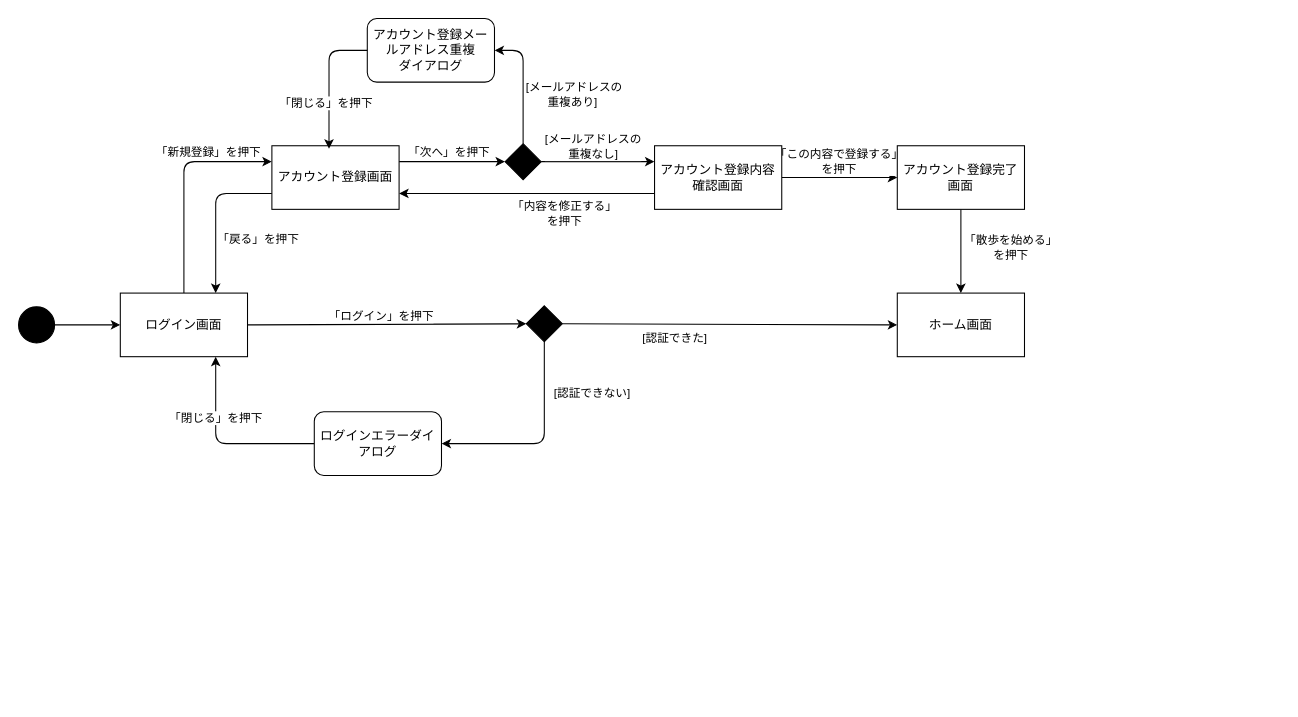
Earlier version of the draw.io diagram page "ログイン" (1 of 3) of desing/STD.dio (miyong00/ServerProgramming-2026). Source tidied: cells renumbered, new cells numbered last; positions are measured from the earlier drawing's top-left corner, leaving out a move shared by most shapes. Both pictures are drawn from the tidied source at 106%, with x=0, y=0 at pixel (18, 18).
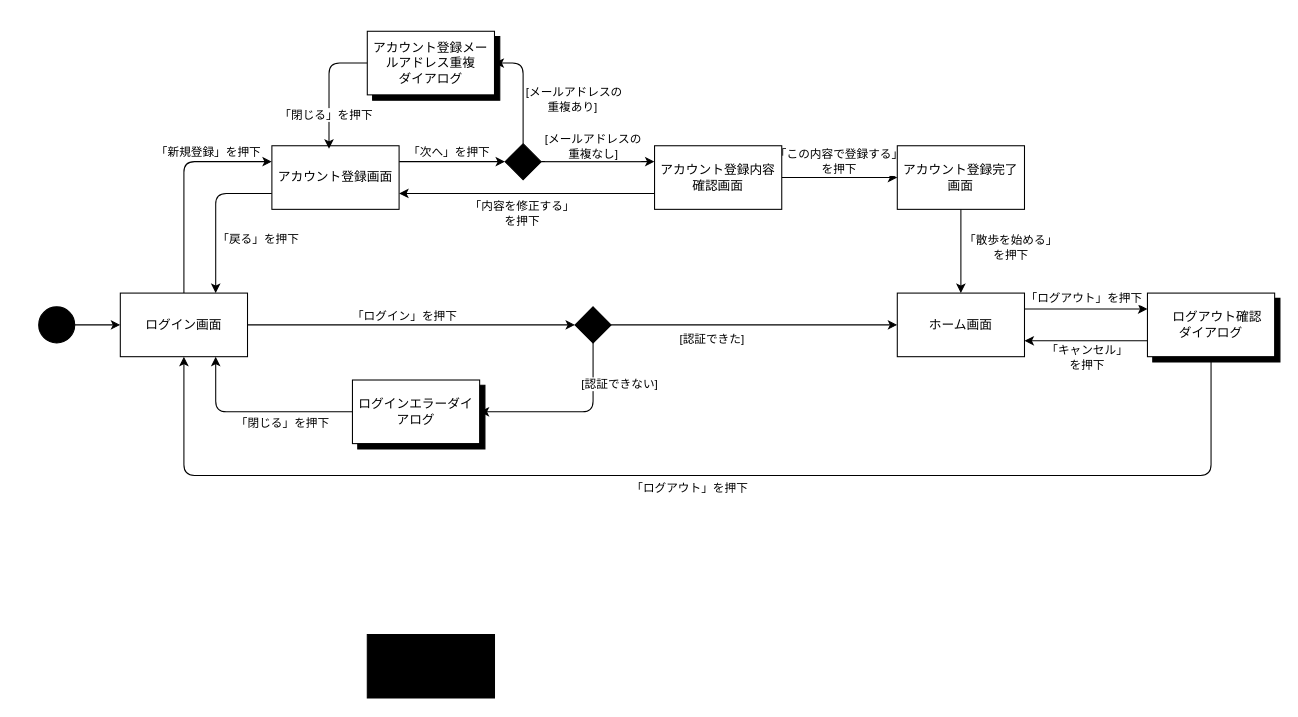
Above is the later version.

Commit message:
feat: 散歩の画面遷移図

Unchanged cells that the change refers to:
```xml
<mxCell id="2" value="ホーム画面" style="rounded=0;whiteSpace=wrap;html=1;" parent="1" vertex="1">
  <mxGeometry x="829" y="259" width="120" height="60" as="geometry" />
</mxCell>
<mxCell id="8" style="edgeStyle=none;html=1;exitX=0;exitY=0.75;exitDx=0;exitDy=0;entryX=1;entryY=0.75;entryDx=0;entryDy=0;" parent="1" edge="1" source="12" target="7">
  <mxGeometry relative="1" as="geometry" />
</mxCell>
<mxCell id="19" value="ログイン画面" style="rounded=0;whiteSpace=wrap;html=1;" parent="1" vertex="1">
  <mxGeometry x="96" y="259" width="120" height="60" as="geometry" />
</mxCell>
<mxCell id="20" style="edgeStyle=orthogonalEdgeStyle;html=1;exitX=0.5;exitY=1;exitDx=0;exitDy=0;entryX=1;entryY=0.5;entryDx=0;entryDy=0;" parent="1" edge="1" source="24" target="27">
  <mxGeometry relative="1" as="geometry" />
</mxCell>
<mxCell id="25" style="edgeStyle=orthogonalEdgeStyle;html=1;exitX=0;exitY=0.5;exitDx=0;exitDy=0;entryX=0.75;entryY=1;entryDx=0;entryDy=0;" parent="1" edge="1" source="27" target="19">
  <mxGeometry relative="1" as="geometry" />
</mxCell>
<mxCell id="34" style="edgeStyle=orthogonalEdgeStyle;html=1;exitX=0;exitY=0.5;exitDx=0;exitDy=0;entryX=0.449;entryY=0.047;entryDx=0;entryDy=0;entryPerimeter=0;" parent="1" edge="1" source="33" target="7">
  <mxGeometry relative="1" as="geometry" />
</mxCell>
```

The edit, as a diff of the source:
```diff
@@
+    <mxCell id="38" style="verticalLabelPosition=bottom;verticalAlign=top;html=1;shape=mxgraph.basic.rect;fillColor2=none;strokeWidth=1;size=20;indent=5;fillColor=#000000;" parent="1" vertex="1">
+      <mxGeometry x="329" y="581" width="120" height="60" as="geometry" />
+    </mxCell>
+    <mxCell id="39" style="edgeStyle=none;html=1;exitX=1;exitY=0.25;exitDx=0;exitDy=0;entryX=0;entryY=0.25;entryDx=0;entryDy=0;" parent="1" edge="1" source="2" target="51">
+      <mxGeometry relative="1" as="geometry" />
+    </mxCell>
+    <mxCell id="40" value="「ログアウト」を押下" style="edgeLabel;html=1;align=center;verticalAlign=middle;" parent="39" vertex="1">
+      <mxGeometry x="0.06" y="1" relative="1" as="geometry">
+        <mxPoint x="-6" y="-10" as="offset" />
+      </mxGeometry>
+    </mxCell>
@@
     <mxCell id="9" value="「内容を修正する」&lt;div&gt;を押下&lt;/div&gt;" style="edgeLabel;html=1;align=center;verticalAlign=middle;" parent="8" vertex="1">
       <mxGeometry x="-0.47" y="3" relative="1" as="geometry">
-        <mxPoint x="-22" y="15" as="offset" />
+        <mxPoint x="-62" y="15" as="offset" />
       </mxGeometry>
     </mxCell>
@@
     <mxCell id="21" value="[認証できない]" style="edgeLabel;html=1;align=center;verticalAlign=middle;" parent="20" vertex="1">
       <mxGeometry x="0.04" y="1" relative="1" as="geometry">
-        <mxPoint x="48" y="-49" as="offset" />
+        <mxPoint x="48" y="-28" as="offset" />
       </mxGeometry>
     </mxCell>
@@
     <mxCell id="24" style="rhombus;whiteSpace=wrap;html=1;shapeInside=1;fillColor=#000000;" parent="1" vertex="1">
-      <mxGeometry x="479" y="271" width="34" height="34" as="geometry" />
+      <mxGeometry x="525" y="272" width="34" height="34" as="geometry" />
     </mxCell>
@@
     <mxCell id="26" value="「閉じる」を押下" style="edgeLabel;html=1;align=center;verticalAlign=middle;" parent="25" vertex="1">
       <mxGeometry x="0.42" y="1" relative="1" as="geometry">
-        <mxPoint y="6" as="offset" />
+        <mxPoint x="63" y="10" as="offset" />
       </mxGeometry>
     </mxCell>
-    <mxCell id="27" value="ログインエラーダイアログ" style="rounded=1;whiteSpace=wrap;html=1;roundedPerimeter=1;" parent="1" vertex="1">
-      <mxGeometry x="279" y="371" width="120" height="60" as="geometry" />
-    </mxCell>
@@
-    <mxCell id="33" value="アカウント登録メールアドレス重複&lt;div&gt;ダイアログ&lt;/div&gt;" style="rounded=1;whiteSpace=wrap;html=1;roundedPerimeter=1;" parent="1" vertex="1">
-      <mxGeometry x="329" width="120" height="60" as="geometry" />
-    </mxCell>
@@
     <mxCell id="35" value="「閉じる」を押下" style="edgeLabel;html=1;align=center;verticalAlign=middle;" parent="34" vertex="1">
       <mxGeometry x="-0.05" y="-3" relative="1" as="geometry">
-        <mxPoint y="25" as="offset" />
+        <mxPoint y="29" as="offset" />
       </mxGeometry>
     </mxCell>
@@
     <mxCell id="37" style="ellipse;whiteSpace=wrap;html=1;shapeInside=1;fillColor=#000000;" parent="1" vertex="1">
-      <mxGeometry y="272" width="34" height="34" as="geometry" />
+      <mxGeometry x="19" y="272" width="34" height="34" as="geometry" />
     </mxCell>
+    <mxCell id="41" style="group;" parent="1" vertex="1">
+      <mxGeometry x="315" y="341" width="125" height="65" as="geometry" />
+    </mxCell>
+    <mxCell id="42" style="verticalLabelPosition=bottom;verticalAlign=top;html=1;shape=mxgraph.basic.rect;fillColor2=none;strokeWidth=1;size=20;indent=5;fillColor=#000000;" parent="41" vertex="1">
+      <mxGeometry x="5" y="5" width="120" height="60" as="geometry" />
+    </mxCell>
+    <mxCell id="27" value="ログインエラーダイアログ" style="rounded=0;whiteSpace=wrap;html=1;" parent="41" vertex="1">
+      <mxGeometry width="120" height="60" as="geometry" />
+    </mxCell>
+    <mxCell id="43" style="group;" parent="1" vertex="1">
+      <mxGeometry x="329" y="12" width="125" height="65" as="geometry" />
+    </mxCell>
+    <mxCell id="44" style="verticalLabelPosition=bottom;verticalAlign=top;html=1;shape=mxgraph.basic.rect;fillColor2=none;strokeWidth=1;size=20;indent=5;fillColor=#000000;" parent="43" vertex="1">
+      <mxGeometry x="5" y="5" width="120" height="60" as="geometry" />
+    </mxCell>
+    <mxCell id="33" value="アカウント登録メールアドレス重複&lt;div&gt;ダイアログ&lt;/div&gt;" style="rounded=0;whiteSpace=wrap;html=1;" parent="43" vertex="1">
+      <mxGeometry width="120" height="60" as="geometry" />
+    </mxCell>
+    <mxCell id="45" style="edgeStyle=none;html=1;exitX=0;exitY=0.75;exitDx=0;exitDy=0;entryX=1;entryY=0.75;entryDx=0;entryDy=0;" parent="1" edge="1" source="51" target="2">
+      <mxGeometry relative="1" as="geometry" />
+    </mxCell>
+    <mxCell id="46" value="「キャンセル」&lt;div&gt;を押下&lt;/div&gt;" style="edgeLabel;html=1;align=center;verticalAlign=middle;" parent="45" vertex="1">
+      <mxGeometry x="0.04" y="3" relative="1" as="geometry">
+        <mxPoint x="2" y="12" as="offset" />
+      </mxGeometry>
+    </mxCell>
+    <mxCell id="47" style="edgeStyle=orthogonalEdgeStyle;html=1;exitX=0.5;exitY=1;exitDx=0;exitDy=0;entryX=0.5;entryY=1;entryDx=0;entryDy=0;" parent="1" edge="1" source="51" target="19">
+      <mxGeometry relative="1" as="geometry">
+        <Array as="points">
+          <mxPoint x="1125" y="431" />
+          <mxPoint x="156" y="431" />
+        </Array>
+      </mxGeometry>
+    </mxCell>
+    <mxCell id="48" value="「ログアウト」を押下" style="edgeLabel;html=1;align=center;verticalAlign=middle;" parent="47" vertex="1">
+      <mxGeometry x="0.03" y="2" relative="1" as="geometry">
+        <mxPoint x="9" y="9" as="offset" />
+      </mxGeometry>
+    </mxCell>
+    <mxCell id="49" style="group;" parent="1" vertex="1">
+      <mxGeometry x="1065" y="259" width="125" height="65" as="geometry" />
+    </mxCell>
+    <mxCell id="50" style="verticalLabelPosition=bottom;verticalAlign=top;html=1;shape=mxgraph.basic.rect;fillColor2=none;strokeWidth=1;size=27.06;indent=5;fillColor=#000000;" parent="49" vertex="1">
+      <mxGeometry x="5" y="5" width="120" height="60" as="geometry" />
+    </mxCell>
+    <mxCell id="51" value="　ログアウト確認&lt;div&gt;ダイアログ&lt;/div&gt;" style="rounded=0;whiteSpace=wrap;html=1;" parent="49" vertex="1">
+      <mxGeometry width="120" height="60" as="geometry" />
+    </mxCell>
```
